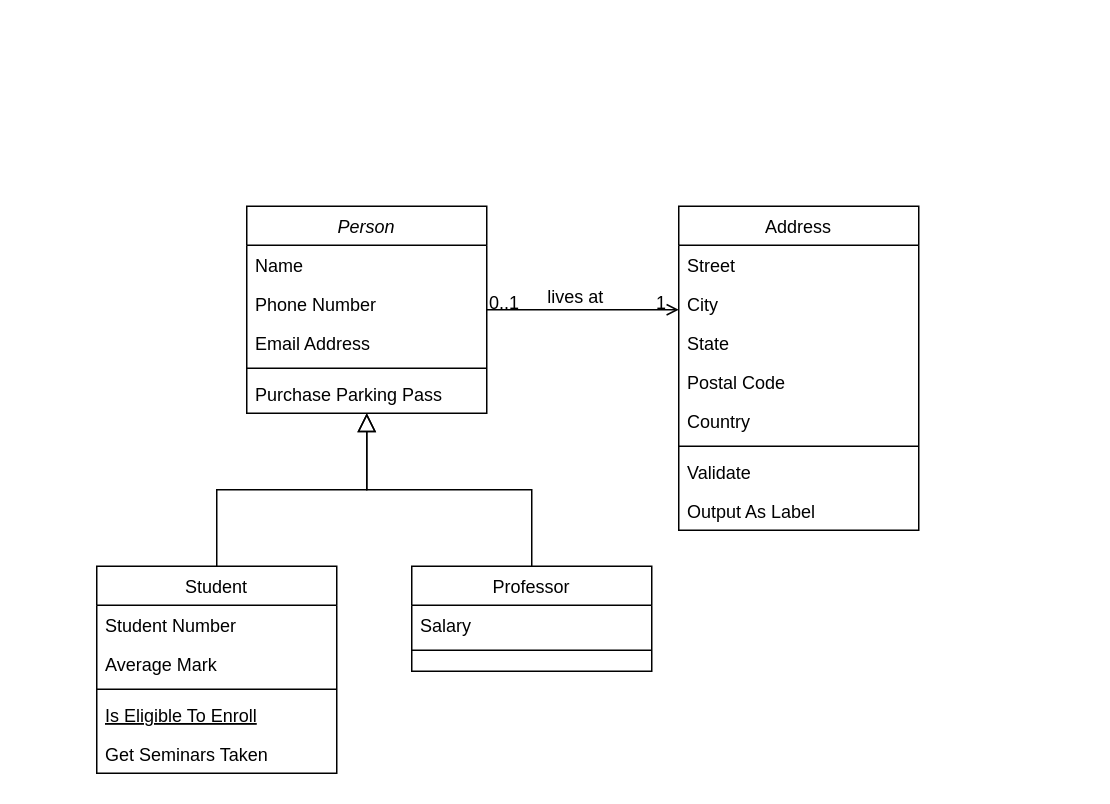
The draw.io diagram Untitled Diagram.drawio in lucas-adrian/exercicio, before the edit. Source tidied: cells renumbered, new cells numbered last; positions are measured from the earlier drawing's top-left corner, leaving out a move shared by most shapes. Both pictures are drawn from the tidied source at 150%, with x=0, y=0 at pixel (96, 206).
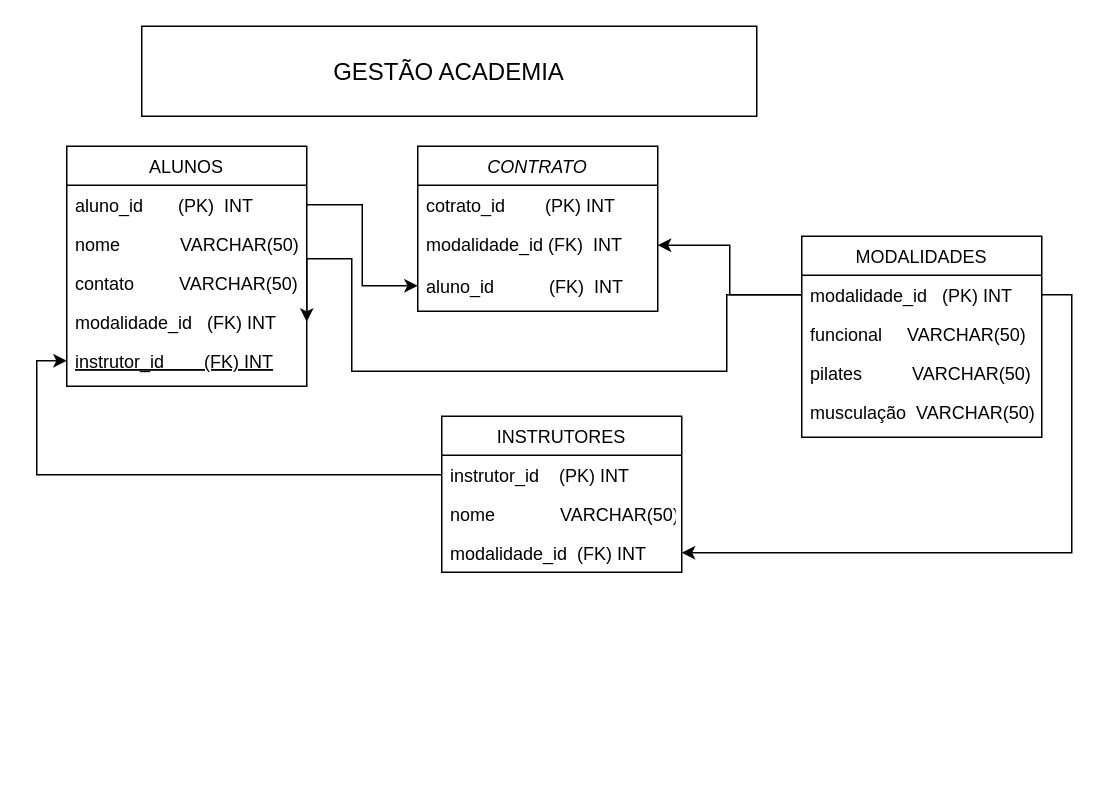
The same page after the edit.

The edit, as a diff of the source:
```diff
@@
-    <mxCell id="2" value="Person" style="swimlane;fontStyle=2;align=center;verticalAlign=top;horizontal=1;startSize=26;rounded=0;shadow=0;strokeWidth=1;" parent="1" vertex="1">
-      <mxGeometry x="100" width="160" height="138" as="geometry" />
+    <mxCell id="2" value="CONTRATO" style="swimlane;fontStyle=2;align=center;verticalAlign=top;horizontal=1;startSize=26;rounded=0;shadow=0;strokeWidth=1;" parent="1" vertex="1">
+      <mxGeometry x="214" y="-40" width="160" height="110" as="geometry" />
     </mxCell>
-    <mxCell id="3" value="Name" style="text;align=left;verticalAlign=top;spacingLeft=4;spacingRight=4;overflow=hidden;" parent="2" vertex="1">
+    <mxCell id="3" value="cotrato_id        (PK) INT" style="text;align=left;verticalAlign=top;spacingLeft=4;spacingRight=4;overflow=hidden;" parent="2" vertex="1">
       <mxGeometry y="26" width="160" height="26" as="geometry" />
     </mxCell>
-    <mxCell id="4" value="Phone Number" style="text;align=left;verticalAlign=top;spacingLeft=4;spacingRight=4;overflow=hidden;rounded=0;shadow=0;html=0;" parent="2" vertex="1">
-      <mxGeometry y="52" width="160" height="26" as="geometry" />
-    </mxCell>
-    <mxCell id="5" value="Email Address" style="text;align=left;verticalAlign=top;spacingLeft=4;spacingRight=4;overflow=hidden;points=[[0,0.5],[1,0.5]];portConstraint=eastwest;rounded=0;shadow=0;html=0;" parent="2" vertex="1">
-      <mxGeometry y="78" width="160" height="26" as="geometry" />
+    <mxCell id="5" value="modalidade_id (FK)  INT&#10; " style="text;align=left;verticalAlign=top;spacingLeft=4;spacingRight=4;overflow=hidden;points=[[0,0.5],[1,0.5]];portConstraint=eastwest;rounded=0;shadow=0;html=0;" parent="2" vertex="1">
+      <mxGeometry y="52" width="160" height="28" as="geometry" />
     </mxCell>
-    <mxCell id="6" style="line;html=1;strokeWidth=1;align=left;verticalAlign=middle;spacingTop=-1;spacingLeft=3;spacingRight=3;labelPosition=right;" parent="2" vertex="1">
-      <mxGeometry y="104" width="160" height="8" as="geometry" />
-    </mxCell>
-    <mxCell id="7" value="Purchase Parking Pass" style="text;align=left;verticalAlign=top;spacingLeft=4;spacingRight=4;overflow=hidden;" parent="2" vertex="1">
-      <mxGeometry y="112" width="160" height="26" as="geometry" />
-    </mxCell>
+    <mxCell id="32" value="aluno_id           (FK)  INT " style="text;align=left;verticalAlign=top;spacingLeft=4;spacingRight=4;overflow=hidden;points=[[0,0.5],[1,0.5]];portConstraint=eastwest;rounded=0;shadow=0;html=0;" parent="2" vertex="1">
+      <mxGeometry y="80" width="160" height="26" as="geometry" />
+    </mxCell>
-    <mxCell id="8" value="Student" style="swimlane;fontStyle=0;align=center;verticalAlign=top;horizontal=1;startSize=26;rounded=0;shadow=0;strokeWidth=1;" parent="1" vertex="1">
-      <mxGeometry y="240" width="160" height="138" as="geometry" />
+    <mxCell id="8" value="ALUNOS" style="swimlane;fontStyle=0;align=center;verticalAlign=top;horizontal=1;startSize=26;rounded=0;shadow=0;strokeWidth=1;" parent="1" vertex="1">
+      <mxGeometry x="-20" y="-40" width="160" height="160" as="geometry" />
     </mxCell>
-    <mxCell id="9" value="Student Number" style="text;align=left;verticalAlign=top;spacingLeft=4;spacingRight=4;overflow=hidden;points=[[0,0.5],[1,0.5]];portConstraint=eastwest;" parent="8" vertex="1">
+    <mxCell id="9" value="aluno_id       (PK)  INT" style="text;align=left;verticalAlign=top;spacingLeft=4;spacingRight=4;overflow=hidden;points=[[0,0.5],[1,0.5]];portConstraint=eastwest;" parent="8" vertex="1">
       <mxGeometry y="26" width="160" height="26" as="geometry" />
     </mxCell>
-    <mxCell id="10" value="Average Mark" style="text;align=left;verticalAlign=top;spacingLeft=4;spacingRight=4;overflow=hidden;rounded=0;shadow=0;html=0;" parent="8" vertex="1">
+    <mxCell id="10" value="nome            VARCHAR(50)" style="text;align=left;verticalAlign=top;spacingLeft=4;spacingRight=4;overflow=hidden;rounded=0;shadow=0;html=0;" parent="8" vertex="1">
       <mxGeometry y="52" width="160" height="26" as="geometry" />
     </mxCell>
-    <mxCell id="11" style="line;html=1;strokeWidth=1;align=left;verticalAlign=middle;spacingTop=-1;spacingLeft=3;spacingRight=3;labelPosition=right;" parent="8" vertex="1">
-      <mxGeometry y="78" width="160" height="8" as="geometry" />
-    </mxCell>
+    <mxCell id="33" value="contato         VARCHAR(50)" style="text;align=left;verticalAlign=top;spacingLeft=4;spacingRight=4;overflow=hidden;rounded=0;shadow=0;html=0;" parent="8" vertex="1">
+      <mxGeometry y="78" width="160" height="26" as="geometry" />
+    </mxCell>
+    <mxCell id="34" value="modalidade_id   (FK) INT" style="text;align=left;verticalAlign=top;spacingLeft=4;spacingRight=4;overflow=hidden;points=[[0,0.5],[1,0.5]];portConstraint=eastwest;rounded=0;shadow=0;html=0;" parent="8" vertex="1">
+      <mxGeometry y="104" width="160" height="26" as="geometry" />
+    </mxCell>
-    <mxCell id="12" value="Is Eligible To Enroll" style="text;align=left;verticalAlign=top;spacingLeft=4;spacingRight=4;overflow=hidden;points=[[0,0.5],[1,0.5]];portConstraint=eastwest;fontStyle=4;" parent="8" vertex="1">
-      <mxGeometry y="86" width="160" height="26" as="geometry" />
+    <mxCell id="12" value="instrutor_id        (FK) INT" style="text;align=left;verticalAlign=top;spacingLeft=4;spacingRight=4;overflow=hidden;points=[[0,0.5],[1,0.5]];portConstraint=eastwest;fontStyle=4;" parent="8" vertex="1">
+      <mxGeometry y="130" width="160" height="26" as="geometry" />
     </mxCell>
-    <mxCell id="13" value="Get Seminars Taken" style="text;align=left;verticalAlign=top;spacingLeft=4;spacingRight=4;overflow=hidden;" parent="8" vertex="1">
-      <mxGeometry y="112" width="160" height="26" as="geometry" />
-    </mxCell>
-    <mxCell id="14" style="endArrow=block;endSize=10;endFill=0;shadow=0;strokeWidth=1;rounded=0;edgeStyle=elbowEdgeStyle;elbow=vertical;" parent="1" edge="1" source="8" target="2">
-      <mxGeometry relative="1" as="geometry" />
-    </mxCell>
-    <mxCell id="15" value="Professor" style="swimlane;fontStyle=0;align=center;verticalAlign=top;horizontal=1;startSize=26;rounded=0;shadow=0;strokeWidth=1;" parent="1" vertex="1">
-      <mxGeometry x="210" y="240" width="160" height="70" as="geometry" />
+    <mxCell id="15" value="INSTRUTORES" style="swimlane;fontStyle=0;align=center;verticalAlign=top;horizontal=1;startSize=26;rounded=0;shadow=0;strokeWidth=1;" parent="1" vertex="1">
+      <mxGeometry x="230" y="140" width="160" height="104" as="geometry" />
     </mxCell>
-    <mxCell id="16" value="Salary" style="text;align=left;verticalAlign=top;spacingLeft=4;spacingRight=4;overflow=hidden;points=[[0,0.5],[1,0.5]];portConstraint=eastwest;" parent="15" vertex="1">
+    <mxCell id="16" value="instrutor_id    (PK) INT" style="text;align=left;verticalAlign=top;spacingLeft=4;spacingRight=4;overflow=hidden;points=[[0,0.5],[1,0.5]];portConstraint=eastwest;" parent="15" vertex="1">
       <mxGeometry y="26" width="160" height="26" as="geometry" />
     </mxCell>
-    <mxCell id="17" style="line;html=1;strokeWidth=1;align=left;verticalAlign=middle;spacingTop=-1;spacingLeft=3;spacingRight=3;labelPosition=right;" parent="15" vertex="1">
-      <mxGeometry y="52" width="160" height="8" as="geometry" />
-    </mxCell>
-    <mxCell id="18" style="endArrow=block;endSize=10;endFill=0;shadow=0;strokeWidth=1;rounded=0;edgeStyle=elbowEdgeStyle;elbow=vertical;" parent="1" edge="1" source="15" target="2">
-      <mxGeometry relative="1" as="geometry" />
-    </mxCell>
+    <mxCell id="35" value="nome             VARCHAR(50)" style="text;align=left;verticalAlign=top;spacingLeft=4;spacingRight=4;overflow=hidden;" parent="15" vertex="1">
+      <mxGeometry y="52" width="160" height="26" as="geometry" />
+    </mxCell>
+    <mxCell id="36" value="modalidade_id  (FK) INT" style="text;align=left;verticalAlign=top;spacingLeft=4;spacingRight=4;overflow=hidden;points=[[0,0.5],[1,0.5]];portConstraint=eastwest;" parent="15" vertex="1">
+      <mxGeometry y="78" width="160" height="26" as="geometry" />
+    </mxCell>
-    <mxCell id="19" value="Address" style="swimlane;fontStyle=0;align=center;verticalAlign=top;horizontal=1;startSize=26;rounded=0;shadow=0;strokeWidth=1;" parent="1" vertex="1">
-      <mxGeometry x="388" width="160" height="216" as="geometry" />
+    <mxCell id="19" value="MODALIDADES" style="swimlane;fontStyle=0;align=center;verticalAlign=top;horizontal=1;startSize=26;rounded=0;shadow=0;strokeWidth=1;" parent="1" vertex="1">
+      <mxGeometry x="470" y="20" width="160" height="134" as="geometry" />
     </mxCell>
-    <mxCell id="20" value="Street" style="text;align=left;verticalAlign=top;spacingLeft=4;spacingRight=4;overflow=hidden;points=[[0,0.5],[1,0.5]];portConstraint=eastwest;" parent="19" vertex="1">
+    <mxCell id="20" value="modalidade_id   (PK) INT" style="text;align=left;verticalAlign=top;spacingLeft=4;spacingRight=4;overflow=hidden;points=[[0,0.5],[1,0.5]];portConstraint=eastwest;" parent="19" vertex="1">
       <mxGeometry y="26" width="160" height="26" as="geometry" />
     </mxCell>
-    <mxCell id="21" value="City" style="text;align=left;verticalAlign=top;spacingLeft=4;spacingRight=4;overflow=hidden;rounded=0;shadow=0;html=0;" parent="19" vertex="1">
+    <mxCell id="21" value="funcional     VARCHAR(50)" style="text;align=left;verticalAlign=top;spacingLeft=4;spacingRight=4;overflow=hidden;rounded=0;shadow=0;html=0;" parent="19" vertex="1">
       <mxGeometry y="52" width="160" height="26" as="geometry" />
     </mxCell>
-    <mxCell id="22" value="State" style="text;align=left;verticalAlign=top;spacingLeft=4;spacingRight=4;overflow=hidden;rounded=0;shadow=0;html=0;" parent="19" vertex="1">
+    <mxCell id="22" value="pilates          VARCHAR(50)" style="text;align=left;verticalAlign=top;spacingLeft=4;spacingRight=4;overflow=hidden;rounded=0;shadow=0;html=0;" parent="19" vertex="1">
       <mxGeometry y="78" width="160" height="26" as="geometry" />
     </mxCell>
-    <mxCell id="23" value="Postal Code" style="text;align=left;verticalAlign=top;spacingLeft=4;spacingRight=4;overflow=hidden;rounded=0;shadow=0;html=0;" parent="19" vertex="1">
+    <mxCell id="23" value="musculação  VARCHAR(50)" style="text;align=left;verticalAlign=top;spacingLeft=4;spacingRight=4;overflow=hidden;rounded=0;shadow=0;html=0;" parent="19" vertex="1">
       <mxGeometry y="104" width="160" height="26" as="geometry" />
     </mxCell>
-    <mxCell id="24" value="Country" style="text;align=left;verticalAlign=top;spacingLeft=4;spacingRight=4;overflow=hidden;rounded=0;shadow=0;html=0;" parent="19" vertex="1">
-      <mxGeometry y="130" width="160" height="26" as="geometry" />
-    </mxCell>
-    <mxCell id="25" style="line;html=1;strokeWidth=1;align=left;verticalAlign=middle;spacingTop=-1;spacingLeft=3;spacingRight=3;labelPosition=right;" parent="19" vertex="1">
-      <mxGeometry y="156" width="160" height="8" as="geometry" />
-    </mxCell>
-    <mxCell id="26" value="Validate" style="text;align=left;verticalAlign=top;spacingLeft=4;spacingRight=4;overflow=hidden;" parent="19" vertex="1">
-      <mxGeometry y="164" width="160" height="26" as="geometry" />
-    </mxCell>
-    <mxCell id="27" value="Output As Label" style="text;align=left;verticalAlign=top;spacingLeft=4;spacingRight=4;overflow=hidden;" parent="19" vertex="1">
-      <mxGeometry y="190" width="160" height="26" as="geometry" />
-    </mxCell>
-    <mxCell id="28" style="endArrow=open;shadow=0;strokeWidth=1;rounded=0;endFill=1;edgeStyle=elbowEdgeStyle;elbow=vertical;" parent="1" edge="1" source="2" target="19">
-      <mxGeometry x="0.5" y="41" relative="1" as="geometry">
-        <mxPoint x="-40" y="32" as="offset" />
-      </mxGeometry>
-    </mxCell>
-    <mxCell id="29" value="0..1" style="align=left;verticalAlign=bottom;labelBackgroundColor=none;fontSize=12;" parent="28" vertex="1">
-      <mxGeometry x="-1" relative="1" as="geometry">
-        <mxPoint y="4" as="offset" />
-      </mxGeometry>
-    </mxCell>
-    <mxCell id="30" value="1" style="align=right;verticalAlign=bottom;labelBackgroundColor=none;fontSize=12;" parent="28" vertex="1">
-      <mxGeometry x="1" relative="1" as="geometry">
-        <mxPoint x="-7" y="4" as="offset" />
-      </mxGeometry>
-    </mxCell>
-    <mxCell id="31" value="lives at" style="text;html=1;align=center;verticalAlign=middle;labelBackgroundColor=none;rounded=0;shadow=0;strokeWidth=1;fontSize=12;" parent="28" vertex="1">
-      <mxGeometry x="0.5" y="49" relative="1" as="geometry">
-        <mxPoint x="-38" y="40" as="offset" />
-      </mxGeometry>
-    </mxCell>
+    <mxCell id="37" style="edgeStyle=orthogonalEdgeStyle;rounded=0;jettySize=auto;html=1;exitX=0;exitY=0.5;exitDx=0;exitDy=0;entryX=1;entryY=0.5;entryDx=0;entryDy=0;" parent="1" edge="1" source="20" target="5">
+      <mxGeometry relative="1" as="geometry" />
+    </mxCell>
+    <mxCell id="38" style="edgeStyle=orthogonalEdgeStyle;rounded=0;jettySize=auto;html=1;exitX=1;exitY=0.5;exitDx=0;exitDy=0;" parent="1" edge="1" source="20" target="36">
+      <mxGeometry relative="1" as="geometry" />
+    </mxCell>
+    <mxCell id="39" style="edgeStyle=orthogonalEdgeStyle;rounded=0;jettySize=auto;html=1;exitX=0;exitY=0.5;exitDx=0;exitDy=0;entryX=0;entryY=0.5;entryDx=0;entryDy=0;" parent="1" edge="1" source="16" target="12">
+      <mxGeometry relative="1" as="geometry" />
+    </mxCell>
+    <mxCell id="40" style="edgeStyle=orthogonalEdgeStyle;rounded=0;jettySize=auto;html=1;exitX=0;exitY=0.5;exitDx=0;exitDy=0;entryX=1;entryY=0.5;entryDx=0;entryDy=0;" parent="1" edge="1" source="20" target="34">
+      <mxGeometry relative="1" as="geometry">
+        <Array as="points">
+          <mxPoint x="420" y="59" />
+          <mxPoint x="420" y="110" />
+          <mxPoint x="170" y="110" />
+          <mxPoint x="170" y="35" />
+          <mxPoint x="140" y="35" />
+        </Array>
+      </mxGeometry>
+    </mxCell>
+    <mxCell id="41" style="edgeStyle=orthogonalEdgeStyle;rounded=0;jettySize=auto;html=1;exitX=1;exitY=0.5;exitDx=0;exitDy=0;entryX=0;entryY=0.5;entryDx=0;entryDy=0;" parent="1" edge="1" source="9" target="32">
+      <mxGeometry relative="1" as="geometry" />
+    </mxCell>
+    <mxCell id="42" value="&lt;font size=&quot;3&quot;&gt;GESTÃO ACADEMIA&lt;/font&gt;" style="rounded=0;whiteSpace=wrap;html=1;" parent="1" vertex="1">
+      <mxGeometry x="30" y="-120" width="410" height="60" as="geometry" />
+    </mxCell>
```
